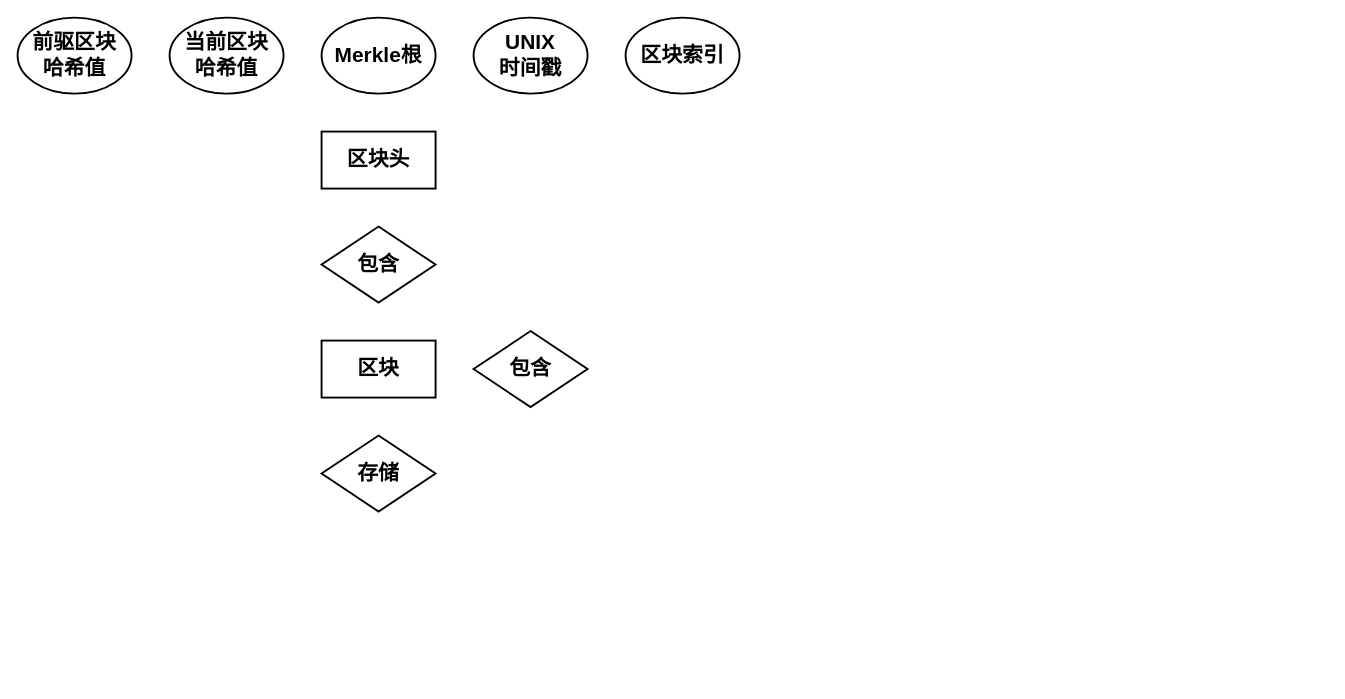
Above: Untitled Diagram.drawio in liugangjian/BTCWallet (draw.io), before the change. Source tidied: cells renumbered, new cells numbered last; positions are measured from the earlier drawing's top-left corner, leaving out a move shared by most shapes. Both pictures are drawn from the tidied source at 95%, with x=0, y=0 at pixel (17, 17).
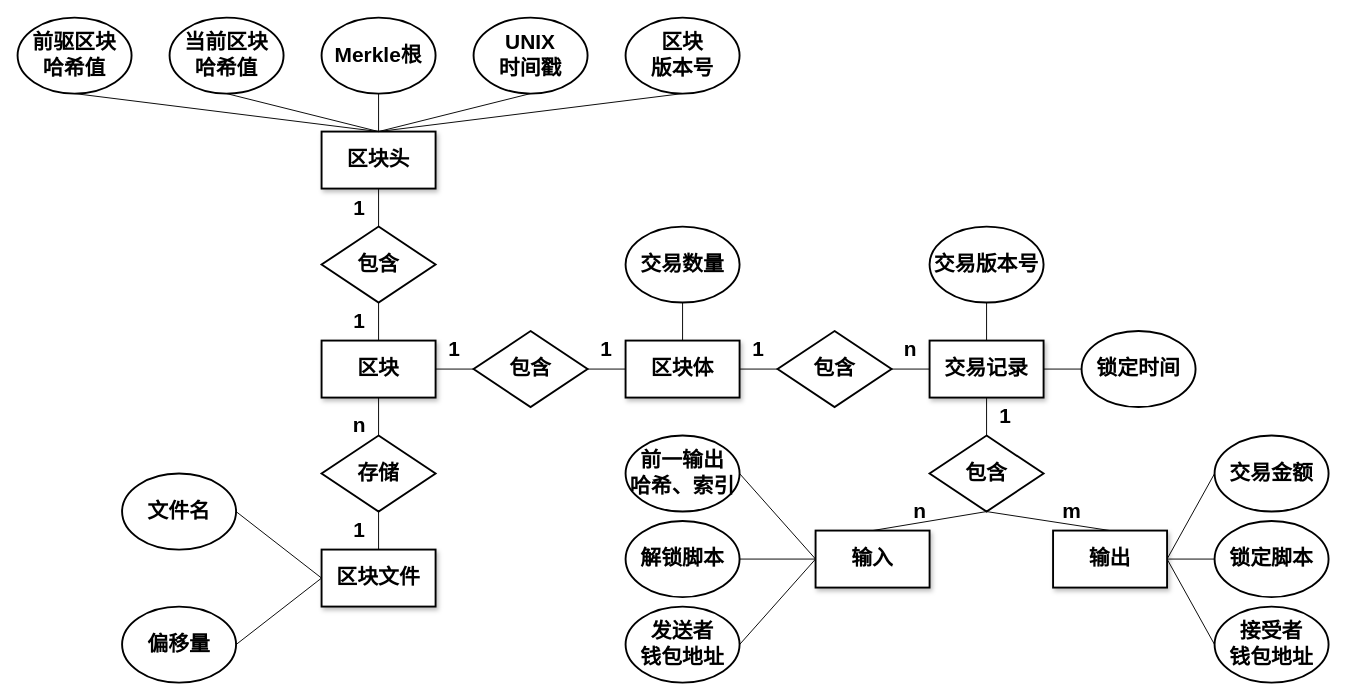
Above is the later version.

The change refers to these unchanged cells:
```xml
<mxCell id="3" value="&lt;font style=&quot;font-size: 22px&quot;&gt;&lt;b&gt;包含&lt;/b&gt;&lt;/font&gt;" style="rhombus;whiteSpace=wrap;html=1;strokeWidth=2;" parent="1" vertex="1">
  <mxGeometry x="320" y="220" width="120" height="80" as="geometry" />
</mxCell>
<mxCell id="5" value="&lt;font style=&quot;font-size: 22px&quot;&gt;&lt;b&gt;包含&lt;/b&gt;&lt;/font&gt;" style="rhombus;whiteSpace=wrap;html=1;strokeWidth=2;" parent="1" vertex="1">
  <mxGeometry x="480" y="330" width="120" height="80" as="geometry" />
</mxCell>
<mxCell id="6" value="&lt;span style=&quot;font-size: 22px&quot;&gt;&lt;b&gt;存储&lt;/b&gt;&lt;/span&gt;" style="rhombus;whiteSpace=wrap;html=1;strokeWidth=2;" parent="1" vertex="1">
  <mxGeometry x="320" y="440" width="120" height="80" as="geometry" />
</mxCell>
<mxCell id="7" value="&lt;font style=&quot;font-size: 22px&quot;&gt;&lt;b&gt;前驱区块&lt;br&gt;哈希值&lt;/b&gt;&lt;/font&gt;" style="ellipse;whiteSpace=wrap;html=1;strokeWidth=2;" parent="1" vertex="1">
  <mxGeometry width="120" height="80" as="geometry" />
</mxCell>
<mxCell id="8" value="&lt;span style=&quot;font-size: 22px&quot;&gt;&lt;b&gt;当前区块&lt;br&gt;哈希值&lt;/b&gt;&lt;/span&gt;" style="ellipse;whiteSpace=wrap;html=1;strokeWidth=2;" parent="1" vertex="1">
  <mxGeometry x="160" width="120" height="80" as="geometry" />
</mxCell>
<mxCell id="9" value="&lt;span style=&quot;font-size: 22px&quot;&gt;&lt;b&gt;Merkle根&lt;/b&gt;&lt;/span&gt;" style="ellipse;whiteSpace=wrap;html=1;strokeWidth=2;" parent="1" vertex="1">
  <mxGeometry x="320" width="120" height="80" as="geometry" />
</mxCell>
<mxCell id="10" value="&lt;span style=&quot;font-size: 22px&quot;&gt;&lt;b&gt;UNIX&lt;br&gt;时间戳&lt;/b&gt;&lt;/span&gt;" style="ellipse;whiteSpace=wrap;html=1;strokeWidth=2;" parent="1" vertex="1">
  <mxGeometry x="480" width="120" height="80" as="geometry" />
</mxCell>
```

Change to the diagram source:
```diff
@@
+    <mxCell id="12" style="edgeStyle=none;rounded=1;jettySize=auto;html=1;exitX=0.5;exitY=1;exitDx=0;exitDy=0;entryX=0.5;entryY=0;entryDx=0;entryDy=0;endArrow=none;endFill=0;" parent="1" edge="1" source="2" target="6">
+      <mxGeometry relative="1" as="geometry" />
+    </mxCell>
+    <mxCell id="13" style="edgeStyle=none;rounded=1;jettySize=auto;html=1;exitX=1;exitY=0.5;exitDx=0;exitDy=0;endArrow=none;endFill=0;" parent="1" edge="1" source="2" target="5">
+      <mxGeometry relative="1" as="geometry" />
+    </mxCell>
-    <mxCell id="2" value="&lt;font style=&quot;font-size: 22px&quot;&gt;&lt;b&gt;区块&lt;/b&gt;&lt;/font&gt;" style="rounded=0;whiteSpace=wrap;html=1;strokeWidth=2;" parent="1" vertex="1">
+    <mxCell id="2" value="&lt;font style=&quot;font-size: 22px&quot;&gt;&lt;b&gt;区块&lt;/b&gt;&lt;/font&gt;" style="rounded=0;whiteSpace=wrap;html=1;strokeWidth=2;shadow=1;" parent="1" vertex="1">
       <mxGeometry x="320" y="340" width="120" height="60" as="geometry" />
     </mxCell>
+    <mxCell id="14" style="edgeStyle=none;rounded=1;jettySize=auto;html=1;exitX=0.5;exitY=1;exitDx=0;exitDy=0;entryX=0.5;entryY=0;entryDx=0;entryDy=0;endArrow=none;endFill=0;" parent="1" edge="1" source="3" target="2">
+      <mxGeometry relative="1" as="geometry" />
+    </mxCell>
@@
+    <mxCell id="15" style="edgeStyle=none;rounded=1;jettySize=auto;html=1;exitX=0.5;exitY=1;exitDx=0;exitDy=0;entryX=0.5;entryY=0;entryDx=0;entryDy=0;endArrow=none;endFill=0;" parent="1" edge="1" source="4" target="3">
+      <mxGeometry relative="1" as="geometry" />
+    </mxCell>
-    <mxCell id="4" value="&lt;font style=&quot;font-size: 22px&quot;&gt;&lt;b&gt;区块头&lt;/b&gt;&lt;/font&gt;" style="rounded=0;whiteSpace=wrap;html=1;strokeWidth=2;" parent="1" vertex="1">
+    <mxCell id="4" value="&lt;font style=&quot;font-size: 22px&quot;&gt;&lt;b&gt;区块头&lt;/b&gt;&lt;/font&gt;" style="rounded=0;whiteSpace=wrap;html=1;strokeWidth=2;shadow=1;" parent="1" vertex="1">
       <mxGeometry x="320" y="120" width="120" height="60" as="geometry" />
     </mxCell>
+    <mxCell id="16" style="edgeStyle=none;rounded=1;jettySize=auto;html=1;exitX=1;exitY=0.5;exitDx=0;exitDy=0;entryX=0;entryY=0.5;entryDx=0;entryDy=0;endArrow=none;endFill=0;" parent="1" edge="1" source="5" target="24">
+      <mxGeometry relative="1" as="geometry" />
+    </mxCell>
@@
+    <mxCell id="17" style="edgeStyle=none;rounded=1;jettySize=auto;html=1;exitX=0.5;exitY=1;exitDx=0;exitDy=0;entryX=0.5;entryY=0;entryDx=0;entryDy=0;endArrow=none;endFill=0;" parent="1" edge="1" source="6" target="52">
+      <mxGeometry relative="1" as="geometry" />
+    </mxCell>
@@
+    <mxCell id="18" style="edgeStyle=none;rounded=1;jettySize=auto;html=1;exitX=0.5;exitY=1;exitDx=0;exitDy=0;entryX=0.5;entryY=0;entryDx=0;entryDy=0;endArrow=none;endFill=0;" parent="1" edge="1" source="8" target="4">
+      <mxGeometry relative="1" as="geometry" />
+    </mxCell>
@@
+    <mxCell id="19" style="edgeStyle=none;rounded=1;jettySize=auto;html=1;exitX=0.5;exitY=1;exitDx=0;exitDy=0;endArrow=none;endFill=0;" parent="1" edge="1" source="9" target="4">
+      <mxGeometry relative="1" as="geometry" />
+    </mxCell>
@@
+    <mxCell id="20" style="edgeStyle=none;rounded=1;jettySize=auto;html=1;exitX=0.5;exitY=1;exitDx=0;exitDy=0;entryX=0.5;entryY=0;entryDx=0;entryDy=0;endArrow=none;endFill=0;" parent="1" edge="1" source="10" target="4">
+      <mxGeometry relative="1" as="geometry" />
+    </mxCell>
@@
+    <mxCell id="21" style="edgeStyle=none;rounded=1;jettySize=auto;html=1;exitX=0.5;exitY=1;exitDx=0;exitDy=0;endArrow=none;endFill=0;" parent="1" edge="1" source="11">
+      <mxGeometry relative="1" as="geometry">
+        <mxPoint x="380" y="120" as="targetPoint" />
+      </mxGeometry>
+    </mxCell>
-    <mxCell id="11" value="&lt;span style=&quot;font-size: 22px&quot;&gt;&lt;b&gt;区块索引&lt;/b&gt;&lt;/span&gt;" style="ellipse;whiteSpace=wrap;html=1;strokeWidth=2;" parent="1" vertex="1">
+    <mxCell id="11" value="&lt;span style=&quot;font-size: 22px&quot;&gt;&lt;b&gt;区块&lt;br&gt;版本号&lt;/b&gt;&lt;/span&gt;" style="ellipse;whiteSpace=wrap;html=1;strokeWidth=2;" parent="1" vertex="1">
       <mxGeometry x="640" width="120" height="80" as="geometry" />
     </mxCell>
+    <mxCell id="22" style="edgeStyle=none;rounded=1;jettySize=auto;html=1;exitX=0.5;exitY=0;exitDx=0;exitDy=0;entryX=0.5;entryY=1;entryDx=0;entryDy=0;endArrow=none;endFill=0;" parent="1" edge="1" source="24" target="25">
+      <mxGeometry relative="1" as="geometry" />
+    </mxCell>
+    <mxCell id="23" style="edgeStyle=none;rounded=1;jettySize=auto;html=1;exitX=1;exitY=0.5;exitDx=0;exitDy=0;endArrow=none;endFill=0;" parent="1" edge="1" source="24" target="27">
+      <mxGeometry relative="1" as="geometry" />
+    </mxCell>
+    <mxCell id="24" value="&lt;font style=&quot;font-size: 22px&quot;&gt;&lt;b&gt;区块体&lt;/b&gt;&lt;/font&gt;" style="rounded=0;whiteSpace=wrap;html=1;strokeWidth=2;shadow=1;" parent="1" vertex="1">
+      <mxGeometry x="640" y="340" width="120" height="60" as="geometry" />
+    </mxCell>
+    <mxCell id="25" value="&lt;span style=&quot;font-size: 22px&quot;&gt;&lt;b&gt;交易数量&lt;/b&gt;&lt;/span&gt;" style="ellipse;whiteSpace=wrap;html=1;strokeWidth=2;" parent="1" vertex="1">
+      <mxGeometry x="640" y="220" width="120" height="80" as="geometry" />
+    </mxCell>
+    <mxCell id="26" style="edgeStyle=none;rounded=1;jettySize=auto;html=1;exitX=1;exitY=0.5;exitDx=0;exitDy=0;entryX=0;entryY=0.5;entryDx=0;entryDy=0;endArrow=none;endFill=0;" parent="1" edge="1" source="27" target="31">
+      <mxGeometry relative="1" as="geometry" />
+    </mxCell>
+    <mxCell id="27" value="&lt;font style=&quot;font-size: 22px&quot;&gt;&lt;b&gt;包含&lt;/b&gt;&lt;/font&gt;" style="rhombus;whiteSpace=wrap;html=1;strokeWidth=2;" parent="1" vertex="1">
+      <mxGeometry x="800" y="330" width="120" height="80" as="geometry" />
+    </mxCell>
+    <mxCell id="28" style="edgeStyle=none;rounded=1;jettySize=auto;html=1;exitX=1;exitY=0.5;exitDx=0;exitDy=0;entryX=0;entryY=0.5;entryDx=0;entryDy=0;endArrow=none;endFill=0;" parent="1" edge="1" source="31" target="33">
+      <mxGeometry relative="1" as="geometry" />
+    </mxCell>
+    <mxCell id="29" style="edgeStyle=none;rounded=1;jettySize=auto;html=1;exitX=0.5;exitY=0;exitDx=0;exitDy=0;entryX=0.5;entryY=1;entryDx=0;entryDy=0;endArrow=none;endFill=0;" parent="1" edge="1" source="31" target="32">
+      <mxGeometry relative="1" as="geometry" />
+    </mxCell>
+    <mxCell id="30" style="edgeStyle=none;rounded=1;jettySize=auto;html=1;exitX=0.5;exitY=1;exitDx=0;exitDy=0;endArrow=none;endFill=0;" parent="1" edge="1" source="31" target="36">
+      <mxGeometry relative="1" as="geometry" />
+    </mxCell>
+    <mxCell id="31" value="&lt;font style=&quot;font-size: 22px&quot;&gt;&lt;b&gt;交易记录&lt;br&gt;&lt;/b&gt;&lt;/font&gt;" style="rounded=0;whiteSpace=wrap;html=1;strokeWidth=2;shadow=1;" parent="1" vertex="1">
+      <mxGeometry x="960" y="340" width="120" height="60" as="geometry" />
+    </mxCell>
+    <mxCell id="32" value="&lt;span style=&quot;font-size: 22px&quot;&gt;&lt;b&gt;交易版本号&lt;/b&gt;&lt;/span&gt;" style="ellipse;whiteSpace=wrap;html=1;strokeWidth=2;" parent="1" vertex="1">
+      <mxGeometry x="960" y="220" width="120" height="80" as="geometry" />
+    </mxCell>
+    <mxCell id="33" value="&lt;span style=&quot;font-size: 22px&quot;&gt;&lt;b&gt;锁定时间&lt;/b&gt;&lt;/span&gt;" style="ellipse;whiteSpace=wrap;html=1;strokeWidth=2;" parent="1" vertex="1">
+      <mxGeometry x="1120" y="330" width="120" height="80" as="geometry" />
+    </mxCell>
+    <mxCell id="34" style="edgeStyle=none;rounded=1;jettySize=auto;html=1;exitX=0.5;exitY=1;exitDx=0;exitDy=0;entryX=0.5;entryY=0;entryDx=0;entryDy=0;endArrow=none;endFill=0;" parent="1" edge="1" source="36" target="40">
+      <mxGeometry relative="1" as="geometry" />
+    </mxCell>
+    <mxCell id="35" style="edgeStyle=none;rounded=1;jettySize=auto;html=1;exitX=0.5;exitY=1;exitDx=0;exitDy=0;entryX=0.5;entryY=0;entryDx=0;entryDy=0;endArrow=none;endFill=0;" parent="1" edge="1" source="36" target="44">
+      <mxGeometry relative="1" as="geometry" />
+    </mxCell>
+    <mxCell id="36" value="&lt;font style=&quot;font-size: 22px&quot;&gt;&lt;b&gt;包含&lt;/b&gt;&lt;/font&gt;" style="rhombus;whiteSpace=wrap;html=1;strokeWidth=2;" parent="1" vertex="1">
+      <mxGeometry x="960" y="440" width="120" height="80" as="geometry" />
+    </mxCell>
+    <mxCell id="37" style="edgeStyle=none;rounded=1;jettySize=auto;html=1;exitX=0;exitY=0.5;exitDx=0;exitDy=0;entryX=1;entryY=0.5;entryDx=0;entryDy=0;endArrow=none;endFill=0;" parent="1" edge="1" source="40" target="45">
+      <mxGeometry relative="1" as="geometry" />
+    </mxCell>
+    <mxCell id="38" style="edgeStyle=none;rounded=1;jettySize=auto;html=1;exitX=0;exitY=0.5;exitDx=0;exitDy=0;endArrow=none;endFill=0;" parent="1" edge="1" source="40" target="46">
+      <mxGeometry relative="1" as="geometry" />
+    </mxCell>
+    <mxCell id="39" style="edgeStyle=none;rounded=1;jettySize=auto;html=1;exitX=0;exitY=0.5;exitDx=0;exitDy=0;entryX=1;entryY=0.5;entryDx=0;entryDy=0;endArrow=none;endFill=0;" parent="1" edge="1" source="40" target="47">
+      <mxGeometry relative="1" as="geometry" />
+    </mxCell>
+    <mxCell id="40" value="&lt;font style=&quot;font-size: 22px&quot;&gt;&lt;b&gt;输入&lt;br&gt;&lt;/b&gt;&lt;/font&gt;" style="rounded=0;whiteSpace=wrap;html=1;strokeWidth=2;shadow=1;" parent="1" vertex="1">
+      <mxGeometry x="840" y="540" width="120" height="60" as="geometry" />
+    </mxCell>
+    <mxCell id="41" style="edgeStyle=none;rounded=1;jettySize=auto;html=1;exitX=1;exitY=0.5;exitDx=0;exitDy=0;entryX=0;entryY=0.5;entryDx=0;entryDy=0;endArrow=none;endFill=0;" parent="1" edge="1" source="44" target="50">
+      <mxGeometry relative="1" as="geometry" />
+    </mxCell>
+    <mxCell id="42" style="edgeStyle=none;rounded=1;jettySize=auto;html=1;exitX=1;exitY=0.5;exitDx=0;exitDy=0;entryX=0;entryY=0.5;entryDx=0;entryDy=0;endArrow=none;endFill=0;" parent="1" edge="1" source="44" target="49">
+      <mxGeometry relative="1" as="geometry" />
+    </mxCell>
+    <mxCell id="43" style="edgeStyle=none;rounded=1;jettySize=auto;html=1;exitX=1;exitY=0.5;exitDx=0;exitDy=0;entryX=0;entryY=0.5;entryDx=0;entryDy=0;endArrow=none;endFill=0;" parent="1" edge="1" source="44" target="48">
+      <mxGeometry relative="1" as="geometry" />
+    </mxCell>
+    <mxCell id="44" value="&lt;font style=&quot;font-size: 22px&quot;&gt;&lt;b&gt;输出&lt;br&gt;&lt;/b&gt;&lt;/font&gt;" style="rounded=0;whiteSpace=wrap;html=1;strokeWidth=2;shadow=1;" parent="1" vertex="1">
+      <mxGeometry x="1090" y="540" width="120" height="60" as="geometry" />
+    </mxCell>
+    <mxCell id="45" value="&lt;span style=&quot;font-size: 22px&quot;&gt;&lt;b&gt;前一输出&lt;br&gt;哈希、索引&lt;/b&gt;&lt;/span&gt;" style="ellipse;whiteSpace=wrap;html=1;strokeWidth=2;" parent="1" vertex="1">
+      <mxGeometry x="640" y="440" width="120" height="80" as="geometry" />
+    </mxCell>
+    <mxCell id="46" value="&lt;span style=&quot;font-size: 22px&quot;&gt;&lt;b&gt;解锁脚本&lt;/b&gt;&lt;/span&gt;" style="ellipse;whiteSpace=wrap;html=1;strokeWidth=2;" parent="1" vertex="1">
+      <mxGeometry x="640" y="530" width="120" height="80" as="geometry" />
+    </mxCell>
+    <mxCell id="47" value="&lt;span style=&quot;font-size: 22px&quot;&gt;&lt;b&gt;发送者&lt;br&gt;钱包地址&lt;/b&gt;&lt;/span&gt;" style="ellipse;whiteSpace=wrap;html=1;strokeWidth=2;" parent="1" vertex="1">
+      <mxGeometry x="640" y="620" width="120" height="80" as="geometry" />
+    </mxCell>
+    <mxCell id="48" value="&lt;span style=&quot;font-size: 22px&quot;&gt;&lt;b&gt;接受者&lt;br&gt;钱包地址&lt;/b&gt;&lt;/span&gt;" style="ellipse;whiteSpace=wrap;html=1;strokeWidth=2;" parent="1" vertex="1">
+      <mxGeometry x="1260" y="620" width="120" height="80" as="geometry" />
+    </mxCell>
+    <mxCell id="49" value="&lt;span style=&quot;font-size: 22px&quot;&gt;&lt;b&gt;锁定脚本&lt;/b&gt;&lt;/span&gt;" style="ellipse;whiteSpace=wrap;html=1;strokeWidth=2;" parent="1" vertex="1">
+      <mxGeometry x="1260" y="530" width="120" height="80" as="geometry" />
+    </mxCell>
+    <mxCell id="50" value="&lt;span style=&quot;font-size: 22px&quot;&gt;&lt;b&gt;交易金额&lt;/b&gt;&lt;/span&gt;" style="ellipse;whiteSpace=wrap;html=1;strokeWidth=2;" parent="1" vertex="1">
+      <mxGeometry x="1260" y="440" width="120" height="80" as="geometry" />
+    </mxCell>
+    <mxCell id="51" style="edgeStyle=none;rounded=1;jettySize=auto;html=1;exitX=0;exitY=0.5;exitDx=0;exitDy=0;entryX=1;entryY=0.5;entryDx=0;entryDy=0;endArrow=none;endFill=0;" parent="1" edge="1" source="52" target="53">
+      <mxGeometry relative="1" as="geometry" />
+    </mxCell>
+    <mxCell id="52" value="&lt;font style=&quot;font-size: 22px&quot;&gt;&lt;b&gt;区块文件&lt;/b&gt;&lt;/font&gt;" style="rounded=0;whiteSpace=wrap;html=1;strokeWidth=2;shadow=1;" parent="1" vertex="1">
+      <mxGeometry x="320" y="560" width="120" height="60" as="geometry" />
+    </mxCell>
+    <mxCell id="53" value="&lt;span style=&quot;font-size: 22px&quot;&gt;&lt;b&gt;文件名&lt;/b&gt;&lt;/span&gt;" style="ellipse;whiteSpace=wrap;html=1;strokeWidth=2;" parent="1" vertex="1">
+      <mxGeometry x="110" y="480" width="120" height="80" as="geometry" />
+    </mxCell>
+    <mxCell id="54" style="edgeStyle=none;rounded=1;jettySize=auto;html=1;exitX=1;exitY=0.5;exitDx=0;exitDy=0;entryX=0;entryY=0.5;entryDx=0;entryDy=0;endArrow=none;endFill=0;" parent="1" edge="1" source="55" target="52">
+      <mxGeometry relative="1" as="geometry" />
+    </mxCell>
+    <mxCell id="55" value="&lt;span style=&quot;font-size: 22px&quot;&gt;&lt;b&gt;偏移量&lt;/b&gt;&lt;/span&gt;" style="ellipse;whiteSpace=wrap;html=1;strokeWidth=2;" parent="1" vertex="1">
+      <mxGeometry x="110" y="620" width="120" height="80" as="geometry" />
+    </mxCell>
+    <mxCell id="56" style="endArrow=none;html=1;entryX=0.5;entryY=1;entryDx=0;entryDy=0;exitX=0.5;exitY=0;exitDx=0;exitDy=0;" parent="1" edge="1" source="4" target="7">
+      <mxGeometry relative="1" as="geometry" />
+    </mxCell>
+    <mxCell id="57" value="&lt;font style=&quot;font-size: 22px&quot;&gt;&lt;b&gt;1&lt;/b&gt;&lt;/font&gt;" style="text;html=1;strokeColor=none;fillColor=none;align=center;verticalAlign=middle;whiteSpace=wrap;rounded=0;" parent="1" vertex="1">
+      <mxGeometry x="340" y="191" width="40" height="20" as="geometry" />
+    </mxCell>
+    <mxCell id="58" value="&lt;font style=&quot;font-size: 22px&quot;&gt;&lt;b&gt;1&lt;/b&gt;&lt;/font&gt;" style="text;html=1;strokeColor=none;fillColor=none;align=center;verticalAlign=middle;whiteSpace=wrap;rounded=0;" parent="1" vertex="1">
+      <mxGeometry x="340" y="310" width="40" height="20" as="geometry" />
+    </mxCell>
+    <mxCell id="59" value="&lt;font style=&quot;font-size: 22px&quot;&gt;&lt;b&gt;n&lt;/b&gt;&lt;/font&gt;" style="text;html=1;strokeColor=none;fillColor=none;align=center;verticalAlign=middle;whiteSpace=wrap;rounded=0;" parent="1" vertex="1">
+      <mxGeometry x="340" y="420" width="40" height="20" as="geometry" />
+    </mxCell>
+    <mxCell id="60" value="&lt;font style=&quot;font-size: 22px&quot;&gt;&lt;b&gt;1&lt;/b&gt;&lt;/font&gt;" style="text;html=1;strokeColor=none;fillColor=none;align=center;verticalAlign=middle;whiteSpace=wrap;rounded=0;" parent="1" vertex="1">
+      <mxGeometry x="340" y="530" width="40" height="20" as="geometry" />
+    </mxCell>
+    <mxCell id="61" value="&lt;font style=&quot;font-size: 22px&quot;&gt;&lt;b&gt;1&lt;/b&gt;&lt;/font&gt;" style="text;html=1;strokeColor=none;fillColor=none;align=center;verticalAlign=middle;whiteSpace=wrap;rounded=0;" parent="1" vertex="1">
+      <mxGeometry x="440" y="340" width="40" height="20" as="geometry" />
+    </mxCell>
+    <mxCell id="62" value="&lt;font style=&quot;font-size: 22px&quot;&gt;&lt;b&gt;1&lt;/b&gt;&lt;/font&gt;" style="text;html=1;strokeColor=none;fillColor=none;align=center;verticalAlign=middle;whiteSpace=wrap;rounded=0;" parent="1" vertex="1">
+      <mxGeometry x="600" y="340" width="40" height="20" as="geometry" />
+    </mxCell>
+    <mxCell id="63" value="&lt;font style=&quot;font-size: 22px&quot;&gt;&lt;b&gt;1&lt;/b&gt;&lt;/font&gt;" style="text;html=1;strokeColor=none;fillColor=none;align=center;verticalAlign=middle;whiteSpace=wrap;rounded=0;" parent="1" vertex="1">
+      <mxGeometry x="760" y="340" width="40" height="20" as="geometry" />
+    </mxCell>
+    <mxCell id="64" value="&lt;font style=&quot;font-size: 22px&quot;&gt;&lt;b&gt;n&lt;/b&gt;&lt;/font&gt;" style="text;html=1;strokeColor=none;fillColor=none;align=center;verticalAlign=middle;whiteSpace=wrap;rounded=0;" parent="1" vertex="1">
+      <mxGeometry x="920" y="340" width="40" height="20" as="geometry" />
+    </mxCell>
+    <mxCell id="65" value="&lt;font style=&quot;font-size: 22px&quot;&gt;&lt;b&gt;1&lt;/b&gt;&lt;/font&gt;" style="text;html=1;strokeColor=none;fillColor=none;align=center;verticalAlign=middle;whiteSpace=wrap;rounded=0;" parent="1" vertex="1">
+      <mxGeometry x="1020" y="410" width="40" height="20" as="geometry" />
+    </mxCell>
+    <mxCell id="66" value="&lt;font style=&quot;font-size: 22px&quot;&gt;&lt;b&gt;n&lt;/b&gt;&lt;/font&gt;" style="text;html=1;strokeColor=none;fillColor=none;align=center;verticalAlign=middle;whiteSpace=wrap;rounded=0;" parent="1" vertex="1">
+      <mxGeometry x="930" y="510" width="40" height="20" as="geometry" />
+    </mxCell>
+    <mxCell id="67" value="&lt;font style=&quot;font-size: 22px&quot;&gt;&lt;b&gt;m&lt;/b&gt;&lt;/font&gt;" style="text;html=1;strokeColor=none;fillColor=none;align=center;verticalAlign=middle;whiteSpace=wrap;rounded=0;" parent="1" vertex="1">
+      <mxGeometry x="1090" y="510" width="40" height="20" as="geometry" />
+    </mxCell>
```
